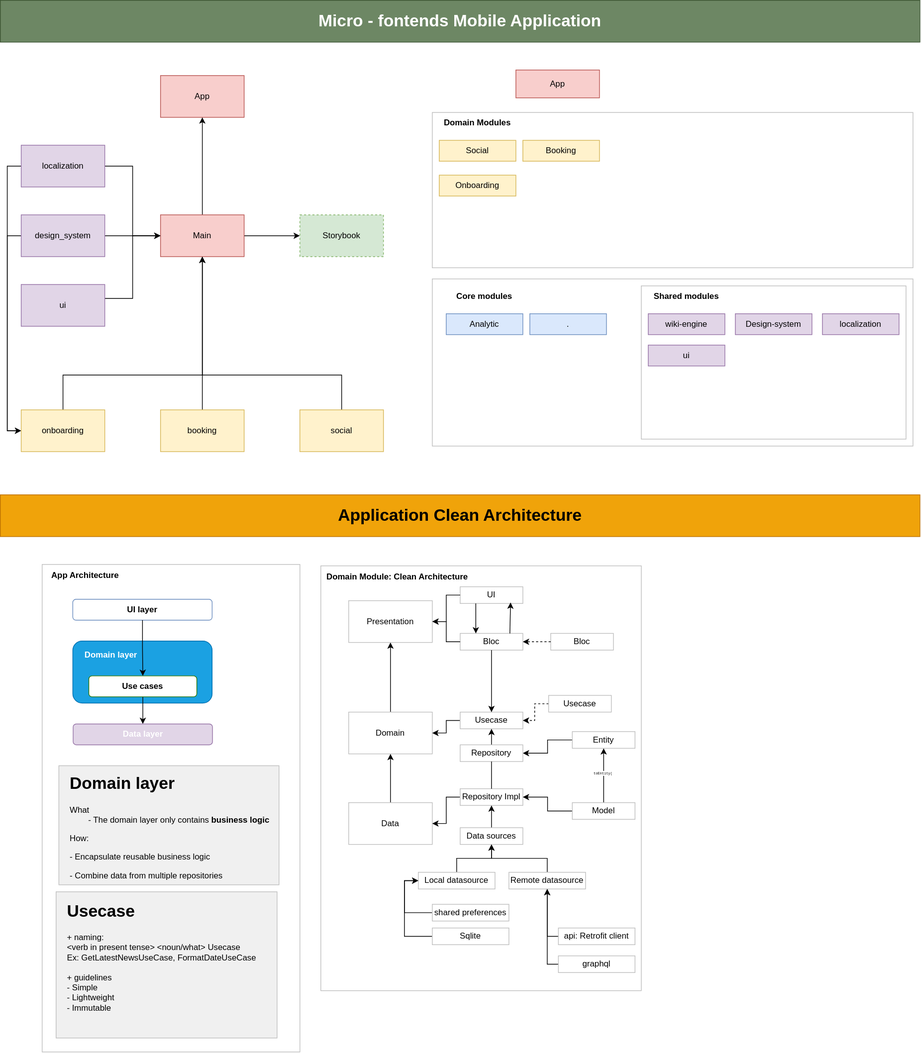
fighttech-vn/micro-frontends-flutter keeps this draw.io diagram as docs/Architecture.svg. Above is the earlier version. Source tidied: cells renumbered, new cells last; positions are measured from the earlier drawing's top-left corner, leaving out a move shared by most shapes.
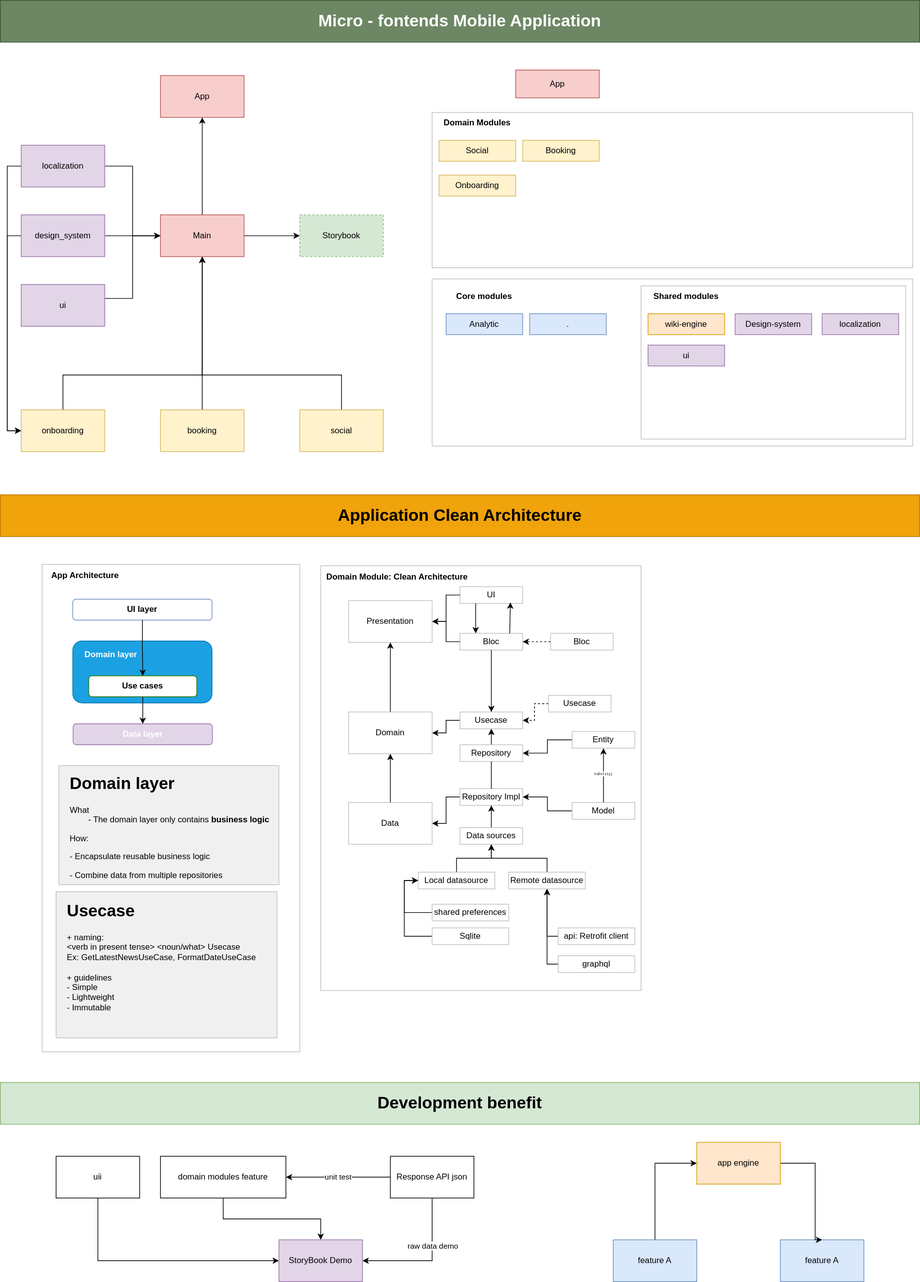
Above is the later version.

What changed in the source:
```diff
@@ -141,7 +141,7 @@
     <mxCell id="39" value="&lt;font style=&quot;font-size: 12px&quot;&gt;Shared modules&lt;/font&gt;" style="text;html=1;strokeColor=none;fillColor=none;align=center;verticalAlign=middle;whiteSpace=wrap;rounded=0;fontSize=6;fontStyle=1;" parent="1" vertex="1">
       <mxGeometry x="920" y="410" width="130" height="30" as="geometry" />
     </mxCell>
-    <mxCell id="40" value="&lt;font style=&quot;font-size: 12px&quot;&gt;wiki-engine&lt;br&gt;&lt;/font&gt;" style="whiteSpace=wrap;html=1;fontSize=6;strokeColor=#9673a6;fillColor=#e1d5e7;" parent="1" vertex="1">
+    <mxCell id="40" value="&lt;font style=&quot;font-size: 12px&quot;&gt;wiki-engine&lt;br&gt;&lt;/font&gt;" style="whiteSpace=wrap;html=1;fontSize=6;strokeColor=#d79b00;fillColor=#ffe6cc;" parent="1" vertex="1">
       <mxGeometry x="930" y="450" width="110" height="30" as="geometry" />
     </mxCell>
     <mxCell id="41" value="&lt;font style=&quot;font-size: 12px&quot;&gt;Design-system&lt;br&gt;&lt;/font&gt;" style="whiteSpace=wrap;html=1;fontSize=6;strokeColor=#9673a6;fillColor=#e1d5e7;" parent="1" vertex="1">
@@ -344,5 +344,62 @@
     <mxCell id="100" style="edgeStyle=orthogonalEdgeStyle;rounded=0;jettySize=auto;html=1;entryX=1;entryY=0.5;entryDx=0;entryDy=0;fontSize=12;dashed=1;exitX=0;exitY=0.5;exitDx=0;exitDy=0;" parent="1" edge="1" source="99" target="45">
       <mxGeometry relative="1" as="geometry" />
     </mxCell>
+    <mxCell id="101" value="&lt;h1 class=&quot;ace-copy-paste-skip-this-tag&quot;&gt;&lt;span class=&quot; author-d-iz88z86z86za0dz67zz78zz78zz74zz68zjz80zz71z9iz90za3rz73zz72zz88zz84z582z76zru7z72zz81zz75zfre00hz86zxyz74zz122zz89zz68z8&quot;&gt;Development benefit&lt;/span&gt;&lt;/h1&gt;" style="rounded=0;whiteSpace=wrap;html=1;fillColor=#d5e8d4;strokeColor=#82b366;" parent="1" vertex="1">
+      <mxGeometry y="1554" width="1320" height="60" as="geometry" />
+    </mxCell>
+    <mxCell id="102" style="edgeStyle=orthogonalEdgeStyle;rounded=0;jettySize=auto;html=1;entryX=0;entryY=0.5;entryDx=0;entryDy=0;" parent="1" edge="1" source="103" target="106">
+      <mxGeometry relative="1" as="geometry">
+        <Array as="points">
+          <mxPoint x="140" y="1810" />
+        </Array>
+      </mxGeometry>
+    </mxCell>
+    <mxCell id="103" value="uii" style="rounded=0;whiteSpace=wrap;html=1;" parent="1" vertex="1">
+      <mxGeometry x="80" y="1660" width="120" height="60" as="geometry" />
+    </mxCell>
+    <mxCell id="104" style="edgeStyle=orthogonalEdgeStyle;rounded=0;jettySize=auto;html=1;exitX=0.5;exitY=1;exitDx=0;exitDy=0;" parent="1" edge="1" source="105" target="106">
+      <mxGeometry relative="1" as="geometry" />
+    </mxCell>
+    <mxCell id="105" value="domain modules feature" style="rounded=0;whiteSpace=wrap;html=1;" parent="1" vertex="1">
+      <mxGeometry x="229.9" y="1660" width="180.1" height="60" as="geometry" />
+    </mxCell>
+    <mxCell id="106" value="StoryBook Demo" style="rounded=0;whiteSpace=wrap;html=1;fillColor=#e1d5e7;strokeColor=#9673a6;" parent="1" vertex="1">
+      <mxGeometry x="400" y="1780" width="120" height="60" as="geometry" />
+    </mxCell>
+    <mxCell id="107" value="unit test" style="edgeStyle=orthogonalEdgeStyle;rounded=0;jettySize=auto;html=1;entryX=1;entryY=0.5;entryDx=0;entryDy=0;" parent="1" edge="1" source="110" target="105">
+      <mxGeometry relative="1" as="geometry" />
+    </mxCell>
+    <mxCell id="108" style="edgeStyle=orthogonalEdgeStyle;rounded=0;jettySize=auto;html=1;entryX=1;entryY=0.5;entryDx=0;entryDy=0;" parent="1" edge="1" source="110" target="106">
+      <mxGeometry relative="1" as="geometry">
+        <Array as="points">
+          <mxPoint x="620" y="1810" />
+        </Array>
+      </mxGeometry>
+    </mxCell>
+    <mxCell id="109" value="raw data demo" style="edgeLabel;html=1;align=center;verticalAlign=middle;" parent="108" vertex="1">
+      <mxGeometry x="-0.28" relative="1" as="geometry" />
+    </mxCell>
+    <mxCell id="110" value="Response API json" style="rounded=0;whiteSpace=wrap;html=1;" parent="1" vertex="1">
+      <mxGeometry x="560" y="1660" width="120" height="60" as="geometry" />
+    </mxCell>
+    <mxCell id="111" style="edgeStyle=orthogonalEdgeStyle;rounded=0;jettySize=auto;html=1;entryX=0;entryY=0.5;entryDx=0;entryDy=0;" parent="1" edge="1" source="112" target="115">
+      <mxGeometry relative="1" as="geometry" />
+    </mxCell>
+    <mxCell id="112" value="feature A" style="rounded=0;whiteSpace=wrap;html=1;fillColor=#dae8fc;strokeColor=#6c8ebf;" parent="1" vertex="1">
+      <mxGeometry x="880" y="1780" width="120" height="60" as="geometry" />
+    </mxCell>
+    <mxCell id="113" value="feature A" style="rounded=0;whiteSpace=wrap;html=1;fillColor=#dae8fc;strokeColor=#6c8ebf;" parent="1" vertex="1">
+      <mxGeometry x="1120" y="1780" width="120" height="60" as="geometry" />
+    </mxCell>
+    <mxCell id="114" style="edgeStyle=orthogonalEdgeStyle;rounded=0;jettySize=auto;html=1;entryX=0.5;entryY=0;entryDx=0;entryDy=0;" parent="1" edge="1" source="115" target="113">
+      <mxGeometry relative="1" as="geometry">
+        <Array as="points">
+          <mxPoint x="1170" y="1670" />
+        </Array>
+      </mxGeometry>
+    </mxCell>
+    <mxCell id="115" value="app engine" style="rounded=0;whiteSpace=wrap;html=1;fillColor=#ffe6cc;strokeColor=#d79b00;" parent="1" vertex="1">
+      <mxGeometry x="1000" y="1640" width="120" height="60" as="geometry" />
+    </mxCell>
   </root>
 </mxGraphModel>
```
